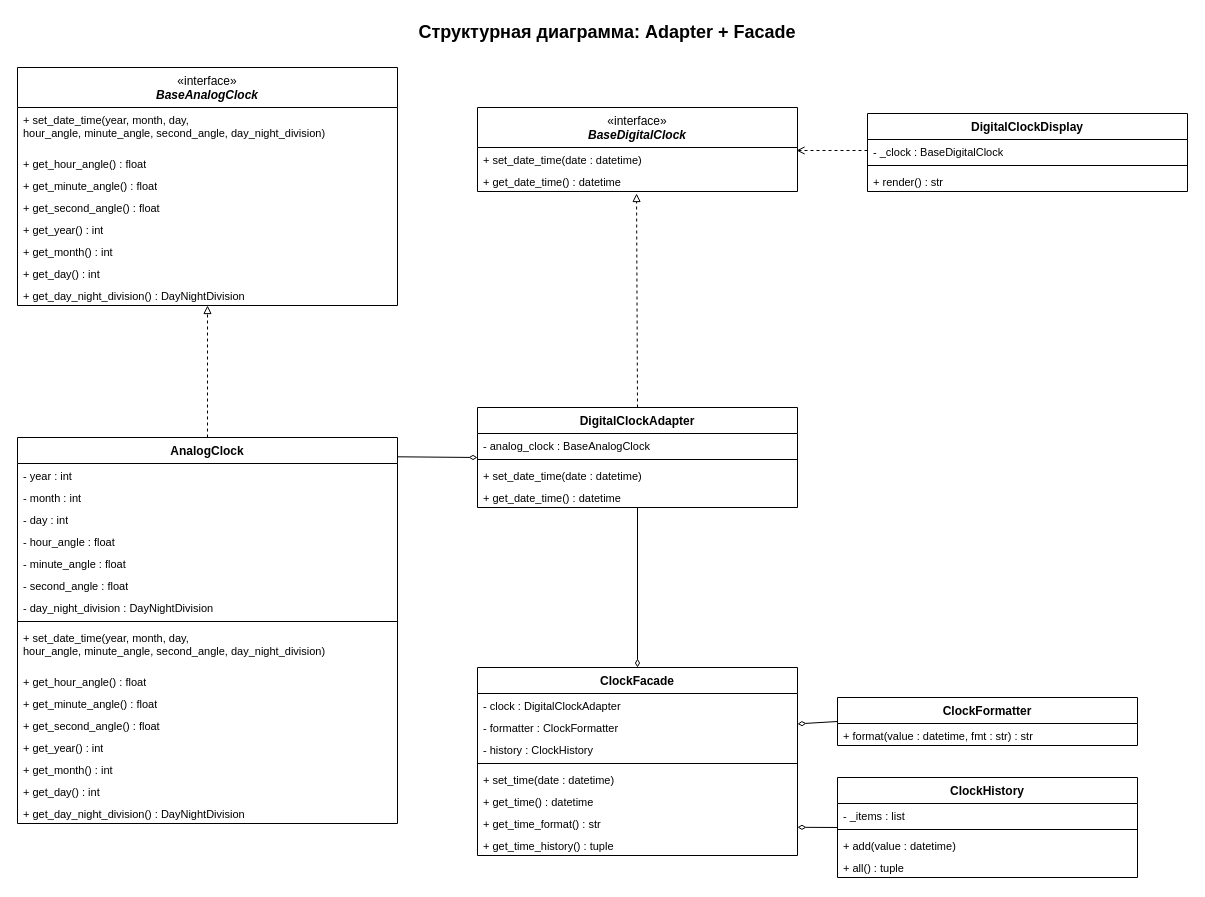
This is docs/adapter_facade_structure.drawio from Adelina-Abdrashitova/patterns-lab-1-2026, a draw.io file, before an edit. Source tidied: cells renumbered, new cells numbered last; positions are measured from the earlier drawing's top-left corner, leaving out a move shared by most shapes. Both pictures are drawn from the tidied source at 100%, with x=0, y=0 at pixel (17, 17).
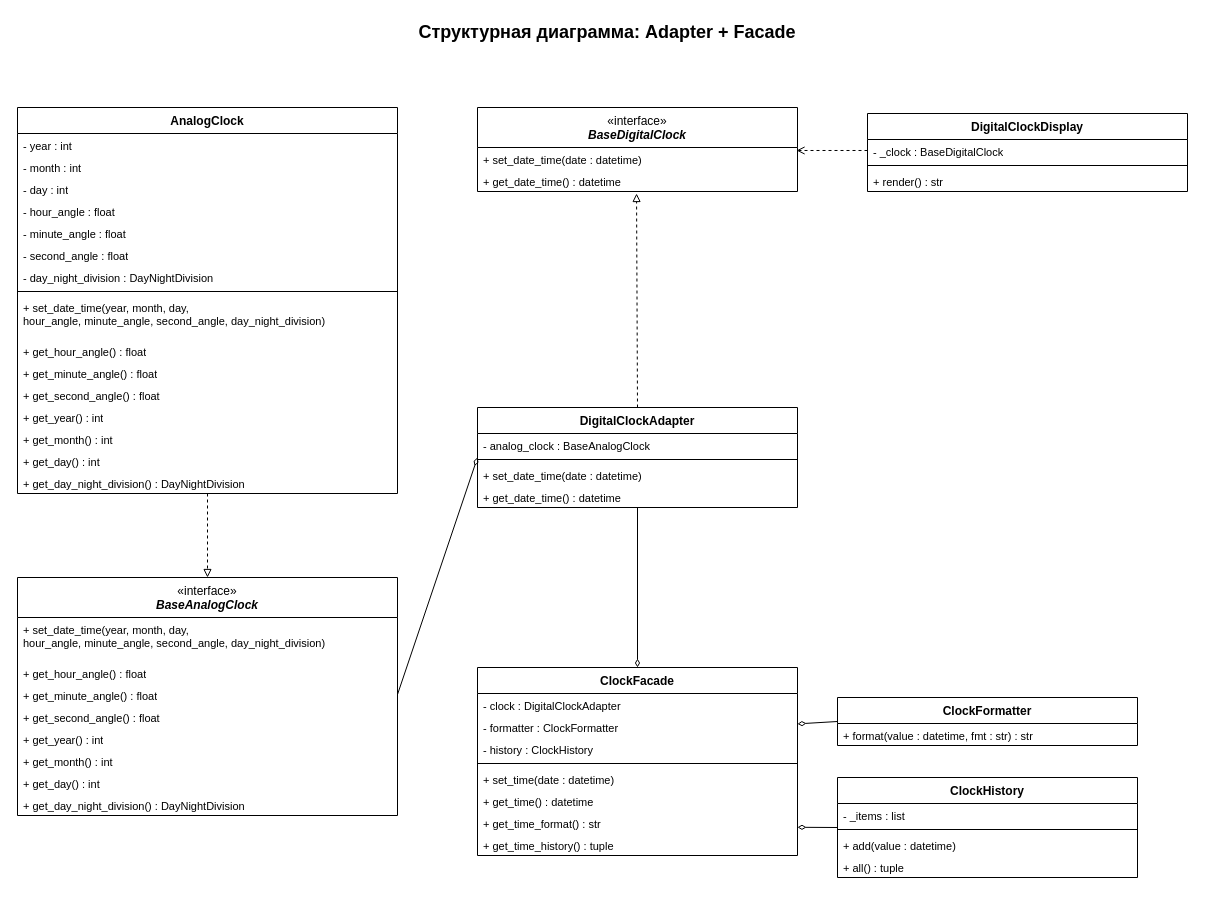
After the change.

The change refers to these unchanged cells:
```xml
<mxCell id="6" value="+ get_minute_angle() : float" style="text;strokeColor=none;fillColor=none;align=left;verticalAlign=top;spacingLeft=4;spacingRight=4;overflow=hidden;points=[[0,0.5],[1,0.5]];portConstraint=eastwest;whiteSpace=wrap;html=1;fontSize=11;" parent="3" vertex="1">
  <mxGeometry y="106" width="380" height="22" as="geometry" />
</mxCell>
<mxCell id="32" value="DigitalClockAdapter" style="swimlane;fontStyle=1;align=center;verticalAlign=top;horizontal=1;startSize=26;whiteSpace=wrap;html=0;" parent="1" vertex="1">
  <mxGeometry x="460" y="390" width="320" height="100" as="geometry" />
</mxCell>
```

What changed in the source:
```diff
@@
     <mxCell id="3" value="«interface»&lt;br&gt;&lt;b&gt;&lt;i&gt;BaseAnalogClock&lt;/i&gt;&lt;/b&gt;" style="swimlane;fontStyle=0;align=center;verticalAlign=top;horizontal=1;startSize=40;whiteSpace=wrap;html=1;" parent="1" vertex="1">
-      <mxGeometry y="50" width="380" height="238" as="geometry" />
+      <mxGeometry y="560" width="380" height="238" as="geometry" />
     </mxCell>
@@
     <mxCell id="15" value="AnalogClock" style="swimlane;fontStyle=1;align=center;verticalAlign=top;horizontal=1;startSize=26;whiteSpace=wrap;html=0;" parent="1" vertex="1">
-      <mxGeometry y="420" width="380" height="386" as="geometry" />
+      <mxGeometry y="90" width="380" height="386" as="geometry" />
     </mxCell>
@@
-    <mxCell id="57" style="endArrow=block;endFill=0;dashed=1;html=1;exitX=0.5;exitY=0;exitDx=0;exitDy=0;entryX=0.5;entryY=1;entryDx=0;entryDy=0;" parent="1" edge="1" source="15" target="3">
+    <mxCell id="57" style="endArrow=block;endFill=0;dashed=1;html=1;exitX=0.5;exitY=1;exitDx=0;exitDy=0;" parent="1" edge="1" source="15" target="3">
       <mxGeometry relative="1" as="geometry" />
     </mxCell>
@@
-    <mxCell id="59" style="startArrow=diamondThin;startFill=0;endArrow=none;html=1;exitX=0;exitY=0.5;exitDx=0;exitDy=0;entryX=1;entryY=0.05;entryDx=0;entryDy=0;" parent="1" edge="1" source="32" target="15">
+    <mxCell id="59" style="startArrow=diamondThin;startFill=0;endArrow=none;html=1;exitX=0;exitY=0.5;exitDx=0;exitDy=0;entryX=1;entryY=0.5;entryDx=0;entryDy=0;" parent="1" edge="1" source="32" target="6">
       <mxGeometry relative="1" as="geometry" />
     </mxCell>
```
